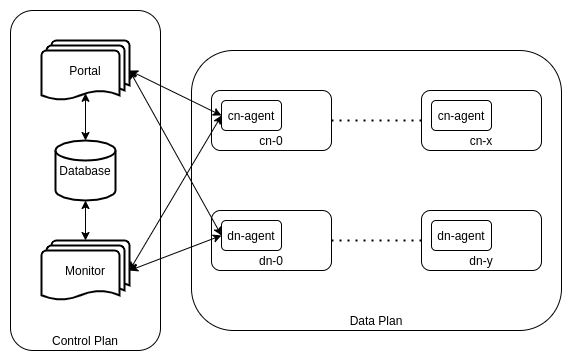
Before: source/images/vda_cluster_arch.png, a diagram exported from draw.io (virtual-disk-array/vda_doc). Source tidied: cells renumbered, new cells last; positions are measured from the earlier drawing's top-left corner, leaving out a move shared by most shapes.
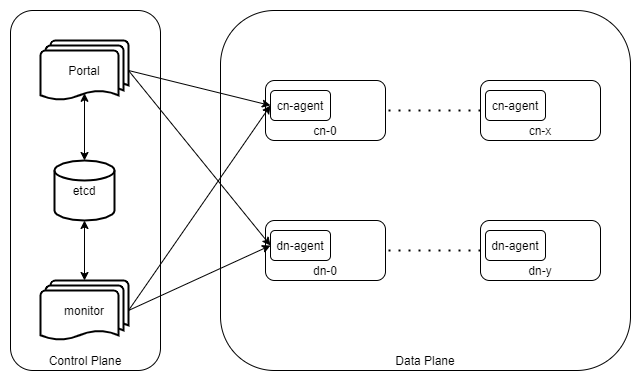
After the change.

Diff of the diagram source:
```diff
@@ -2,68 +2,72 @@
   <root>
     <mxCell id="0" />
     <mxCell id="1" parent="0" />
-    <mxCell id="2" value="Data Plan" style="rounded=1;whiteSpace=wrap;html=1;align=center;verticalAlign=bottom;" parent="1" vertex="1">
-      <mxGeometry x="181" y="40" width="370" height="280" as="geometry" />
-    </mxCell>
-    <mxCell id="3" value="Control Plan" style="rounded=1;whiteSpace=wrap;html=1;align=center;verticalAlign=bottom;" parent="1" vertex="1">
-      <mxGeometry width="150" height="340" as="geometry" />
-    </mxCell>
-    <mxCell id="4" value="Database" style="strokeWidth=2;html=1;shape=mxgraph.flowchart.database;whiteSpace=wrap;" parent="1" vertex="1">
-      <mxGeometry x="45" y="130" width="60" height="60" as="geometry" />
-    </mxCell>
+    <mxCell id="23" value="Data Plane" style="rounded=1;whiteSpace=wrap;html=1;verticalAlign=bottom;" parent="1" vertex="1">
+      <mxGeometry x="21" y="30" width="410" height="360" as="geometry" />
+    </mxCell>
+    <mxCell id="24" value="Control Plane" style="rounded=1;whiteSpace=wrap;html=1;verticalAlign=bottom;" parent="1" vertex="1">
+      <mxGeometry x="-189" y="30" width="150" height="360" as="geometry" />
+    </mxCell>
     <mxCell id="5" value="Portal" style="strokeWidth=2;html=1;shape=mxgraph.flowchart.multi-document;whiteSpace=wrap;" parent="1" vertex="1">
-      <mxGeometry x="31" y="30" width="88" height="60" as="geometry" />
+      <mxGeometry x="-159" y="60" width="88" height="60" as="geometry" />
     </mxCell>
-    <mxCell id="6" value="Monitor" style="strokeWidth=2;html=1;shape=mxgraph.flowchart.multi-document;whiteSpace=wrap;" parent="1" vertex="1">
-      <mxGeometry x="31" y="230" width="88" height="60" as="geometry" />
-    </mxCell>
+    <mxCell id="25" value="etcd" style="strokeWidth=2;html=1;shape=mxgraph.flowchart.database;whiteSpace=wrap;" parent="1" vertex="1">
+      <mxGeometry x="-145" y="180" width="60" height="60" as="geometry" />
+    </mxCell>
+    <mxCell id="26" value="monitor" style="strokeWidth=2;html=1;shape=mxgraph.flowchart.multi-document;whiteSpace=wrap;" parent="1" vertex="1">
+      <mxGeometry x="-159" y="300" width="88" height="60" as="geometry" />
+    </mxCell>
     <mxCell id="7" value="cn-0" style="rounded=1;whiteSpace=wrap;html=1;verticalAlign=bottom;" parent="1" vertex="1">
-      <mxGeometry x="201" y="80" width="120" height="60" as="geometry" />
+      <mxGeometry x="66" y="100" width="120" height="60" as="geometry" />
     </mxCell>
+    <mxCell id="27" value="cn-agent" style="rounded=1;whiteSpace=wrap;html=1;" parent="1" vertex="1">
+      <mxGeometry x="71" y="110" width="60" height="30" as="geometry" />
+    </mxCell>
+    <mxCell id="28" style="endArrow=none;dashed=1;html=1;entryX=1;entryY=0.5;entryDx=0;entryDy=0;dashPattern=1 4;strokeWidth=2;" parent="1" edge="1" target="7">
+      <mxGeometry relative="1" as="geometry">
+        <mxPoint x="281" y="130" as="sourcePoint" />
+      </mxGeometry>
+    </mxCell>
     <mxCell id="8" value="cn-x" style="rounded=1;whiteSpace=wrap;html=1;verticalAlign=bottom;" parent="1" vertex="1">
-      <mxGeometry x="411" y="80" width="120" height="60" as="geometry" />
+      <mxGeometry x="281" y="100" width="120" height="60" as="geometry" />
     </mxCell>
+    <mxCell id="29" value="cn-agent" style="rounded=1;whiteSpace=wrap;html=1;" parent="1" vertex="1">
+      <mxGeometry x="286" y="110" width="60" height="30" as="geometry" />
+    </mxCell>
     <mxCell id="9" value="dn-0" style="rounded=1;whiteSpace=wrap;html=1;verticalAlign=bottom;" parent="1" vertex="1">
-      <mxGeometry x="201" y="200" width="120" height="60" as="geometry" />
+      <mxGeometry x="66" y="240" width="120" height="60" as="geometry" />
     </mxCell>
+    <mxCell id="30" value="dn-agent" style="rounded=1;whiteSpace=wrap;html=1;" parent="1" vertex="1">
+      <mxGeometry x="71" y="250" width="60" height="30" as="geometry" />
+    </mxCell>
+    <mxCell id="31" style="endArrow=none;dashed=1;html=1;entryX=1;entryY=0.5;entryDx=0;entryDy=0;dashPattern=1 4;strokeWidth=2;" parent="1" edge="1" target="9">
+      <mxGeometry relative="1" as="geometry">
+        <mxPoint x="281" y="270" as="sourcePoint" />
+      </mxGeometry>
+    </mxCell>
     <mxCell id="10" value="dn-y" style="rounded=1;whiteSpace=wrap;html=1;verticalAlign=bottom;" parent="1" vertex="1">
-      <mxGeometry x="411" y="200" width="120" height="60" as="geometry" />
+      <mxGeometry x="281" y="240" width="120" height="60" as="geometry" />
     </mxCell>
-    <mxCell id="11" style="endArrow=none;dashed=1;html=1;dashPattern=1 3;strokeWidth=2;entryX=0;entryY=0.5;entryDx=0;entryDy=0;exitX=1;exitY=0.5;exitDx=0;exitDy=0;" parent="1" edge="1" source="7" target="8">
-      <mxGeometry relative="1" as="geometry" />
-    </mxCell>
-    <mxCell id="12" style="endArrow=none;dashed=1;html=1;dashPattern=1 3;strokeWidth=2;entryX=0;entryY=0.5;entryDx=0;entryDy=0;exitX=1;exitY=0.5;exitDx=0;exitDy=0;" parent="1" edge="1" source="9" target="10">
-      <mxGeometry relative="1" as="geometry" />
-    </mxCell>
-    <mxCell id="13" value="cn-agent" style="rounded=1;whiteSpace=wrap;html=1;" parent="1" vertex="1">
-      <mxGeometry x="211" y="90" width="60" height="30" as="geometry" />
-    </mxCell>
-    <mxCell id="14" value="cn-agent" style="rounded=1;whiteSpace=wrap;html=1;" parent="1" vertex="1">
-      <mxGeometry x="421" y="90" width="60" height="30" as="geometry" />
-    </mxCell>
-    <mxCell id="15" value="dn-agent" style="rounded=1;whiteSpace=wrap;html=1;" parent="1" vertex="1">
-      <mxGeometry x="211" y="210" width="60" height="30" as="geometry" />
-    </mxCell>
-    <mxCell id="16" value="dn-agent" style="rounded=1;whiteSpace=wrap;html=1;" parent="1" vertex="1">
-      <mxGeometry x="421" y="210" width="60" height="30" as="geometry" />
-    </mxCell>
-    <mxCell id="17" style="endArrow=classic;startArrow=classic;html=1;exitX=0.5;exitY=0;exitDx=0;exitDy=0;exitPerimeter=0;entryX=0.5;entryY=0.88;entryDx=0;entryDy=0;entryPerimeter=0;" parent="1" edge="1" source="4" target="5">
-      <mxGeometry relative="1" as="geometry" />
-    </mxCell>
-    <mxCell id="18" style="endArrow=classic;startArrow=classic;html=1;exitX=0.5;exitY=0;exitDx=0;exitDy=0;exitPerimeter=0;entryX=0.5;entryY=1;entryDx=0;entryDy=0;entryPerimeter=0;" parent="1" edge="1" source="6" target="4">
-      <mxGeometry relative="1" as="geometry" />
-    </mxCell>
-    <mxCell id="19" style="endArrow=classic;startArrow=classic;html=1;exitX=0;exitY=0.5;exitDx=0;exitDy=0;entryX=1;entryY=0.5;entryDx=0;entryDy=0;entryPerimeter=0;" parent="1" edge="1" source="13" target="5">
-      <mxGeometry relative="1" as="geometry" />
-    </mxCell>
-    <mxCell id="20" style="endArrow=classic;startArrow=classic;html=1;entryX=0;entryY=0.5;entryDx=0;entryDy=0;exitX=1;exitY=0.5;exitDx=0;exitDy=0;exitPerimeter=0;" parent="1" edge="1" source="5" target="15">
-      <mxGeometry relative="1" as="geometry" />
-    </mxCell>
-    <mxCell id="21" style="endArrow=classic;startArrow=classic;html=1;exitX=1;exitY=0.5;exitDx=0;exitDy=0;exitPerimeter=0;entryX=0;entryY=0.5;entryDx=0;entryDy=0;" parent="1" edge="1" source="6" target="15">
-      <mxGeometry relative="1" as="geometry" />
-    </mxCell>
-    <mxCell id="22" style="endArrow=classic;startArrow=classic;html=1;exitX=1;exitY=0.5;exitDx=0;exitDy=0;exitPerimeter=0;entryX=0;entryY=0.5;entryDx=0;entryDy=0;" parent="1" edge="1" source="6" target="13">
-      <mxGeometry relative="1" as="geometry" />
-    </mxCell>
+    <mxCell id="32" value="dn-agent" style="rounded=1;whiteSpace=wrap;html=1;" parent="1" vertex="1">
+      <mxGeometry x="286" y="250" width="60" height="30" as="geometry" />
+    </mxCell>
+    <mxCell id="33" style="endArrow=classic;html=1;strokeWidth=1;entryX=0;entryY=0.5;entryDx=0;entryDy=0;exitX=1;exitY=0.5;exitDx=0;exitDy=0;exitPerimeter=0;" parent="1" edge="1" source="26" target="30">
+      <mxGeometry relative="1" as="geometry" />
+    </mxCell>
+    <mxCell id="34" style="endArrow=classic;html=1;strokeWidth=1;exitX=1;exitY=0.5;exitDx=0;exitDy=0;exitPerimeter=0;entryX=0;entryY=0.5;entryDx=0;entryDy=0;" parent="1" edge="1" source="26" target="27">
+      <mxGeometry relative="1" as="geometry" />
+    </mxCell>
+    <mxCell id="35" style="endArrow=classic;html=1;strokeWidth=1;exitX=1;exitY=0.5;exitDx=0;exitDy=0;exitPerimeter=0;entryX=0;entryY=0.5;entryDx=0;entryDy=0;" parent="1" edge="1" source="5" target="30">
+      <mxGeometry relative="1" as="geometry" />
+    </mxCell>
+    <mxCell id="36" style="endArrow=classic;html=1;strokeWidth=1;exitX=1;exitY=0.5;exitDx=0;exitDy=0;exitPerimeter=0;entryX=0;entryY=0.5;entryDx=0;entryDy=0;" parent="1" edge="1" source="5" target="27">
+      <mxGeometry relative="1" as="geometry" />
+    </mxCell>
+    <mxCell id="37" style="endArrow=classic;startArrow=classic;html=1;strokeWidth=1;entryX=0.5;entryY=0.88;entryDx=0;entryDy=0;entryPerimeter=0;exitX=0.5;exitY=0;exitDx=0;exitDy=0;exitPerimeter=0;" parent="1" edge="1" source="25" target="5">
+      <mxGeometry relative="1" as="geometry" />
+    </mxCell>
+    <mxCell id="38" style="endArrow=classic;startArrow=classic;html=1;strokeWidth=1;exitX=0.5;exitY=0;exitDx=0;exitDy=0;exitPerimeter=0;entryX=0.5;entryY=1;entryDx=0;entryDy=0;entryPerimeter=0;" parent="1" edge="1" source="26" target="25">
+      <mxGeometry relative="1" as="geometry" />
+    </mxCell>
   </root>
 </mxGraphModel>
```
